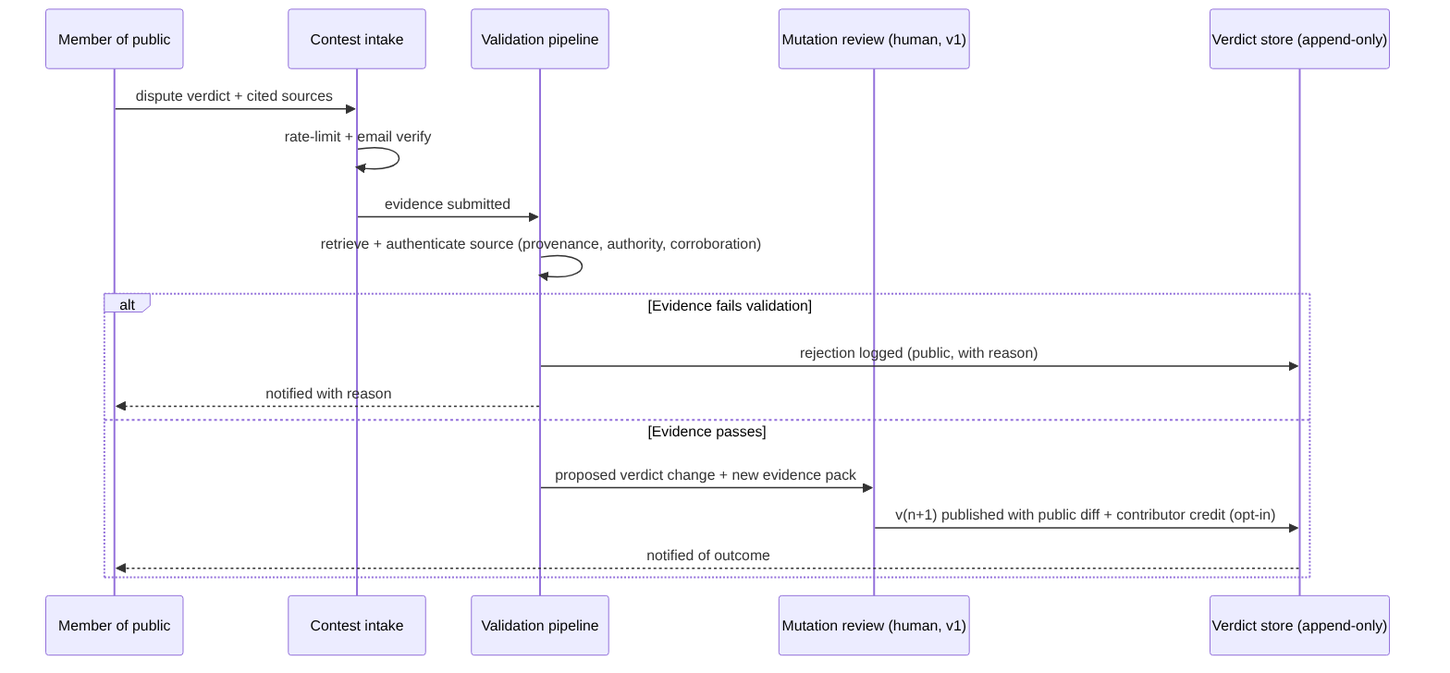
Before: docs/diagrams/contestation-sequence.png, a diagram exported from Mermaid (bradleyscott/claimwatch-nz). Its source is kept beside it as docs/diagrams/contestation-sequence.mmd.
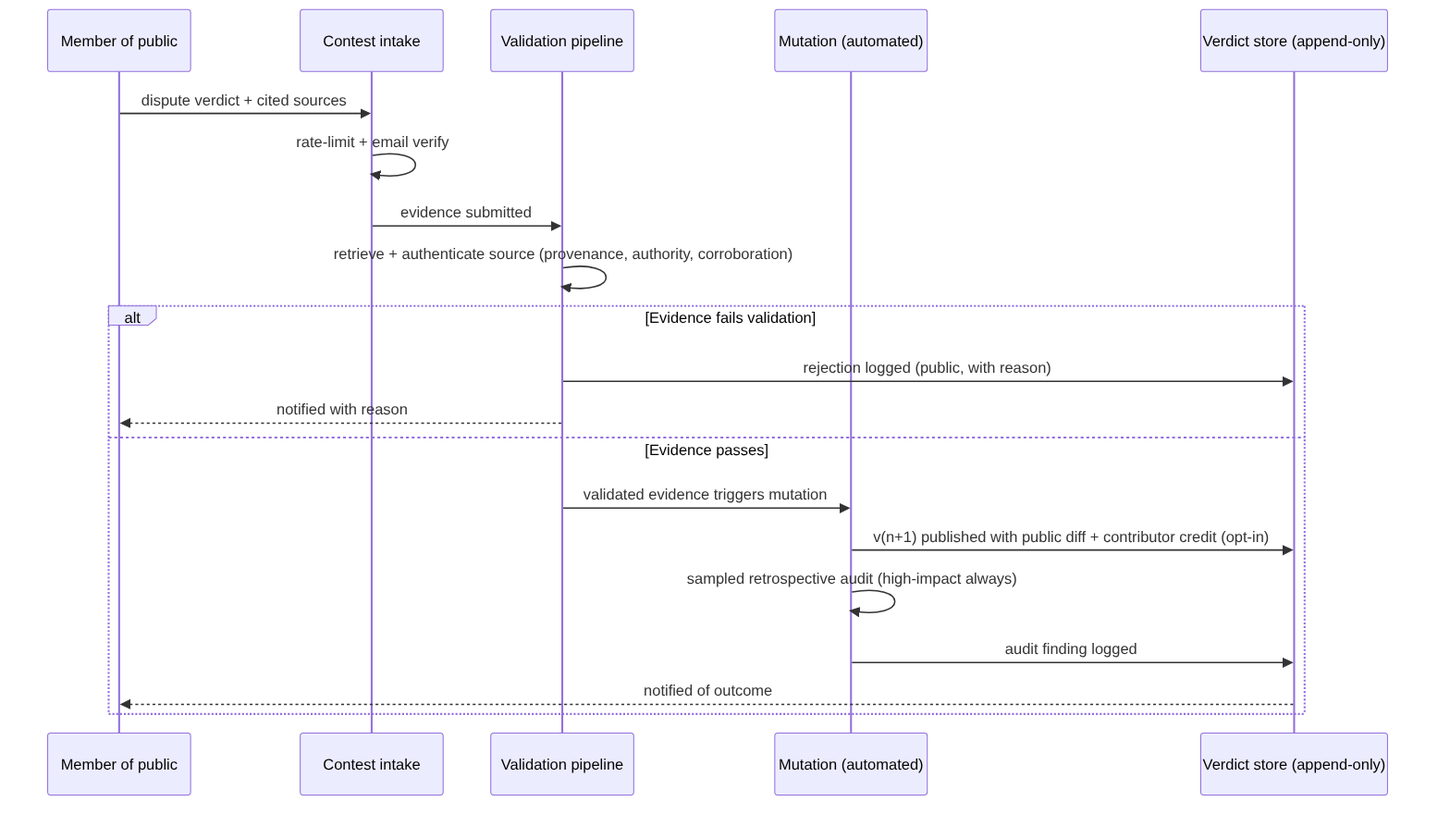
After the commit.

Commit message:
docs(adr-0013): Drizzle ORM + drizzle-kit for schema and migrations; ADR-0005/ARCHITECTURE/diagrams aligned to automated mutation

What changed in the source:
```diff
@@ -2,7 +2,7 @@
     participant U as Member of public
     participant S as Contest intake
     participant V as Validation pipeline
-    participant Q as Mutation review (human, v1)
+    participant Q as Mutation (automated)
     participant D as Verdict store (append-only)
 
     U->>S: dispute verdict + cited sources
@@ -13,7 +13,9 @@
         V->>D: rejection logged (public, with reason)
         V-->>U: notified with reason
     else Evidence passes
-        V->>Q: proposed verdict change + new evidence pack
+        V->>Q: validated evidence triggers mutation
         Q->>D: v(n+1) published with public diff + contributor credit (opt-in)
+        Q->>Q: sampled retrospective audit (high-impact always)
+        Q->>D: audit finding logged
         D-->>U: notified of outcome
     end
```
